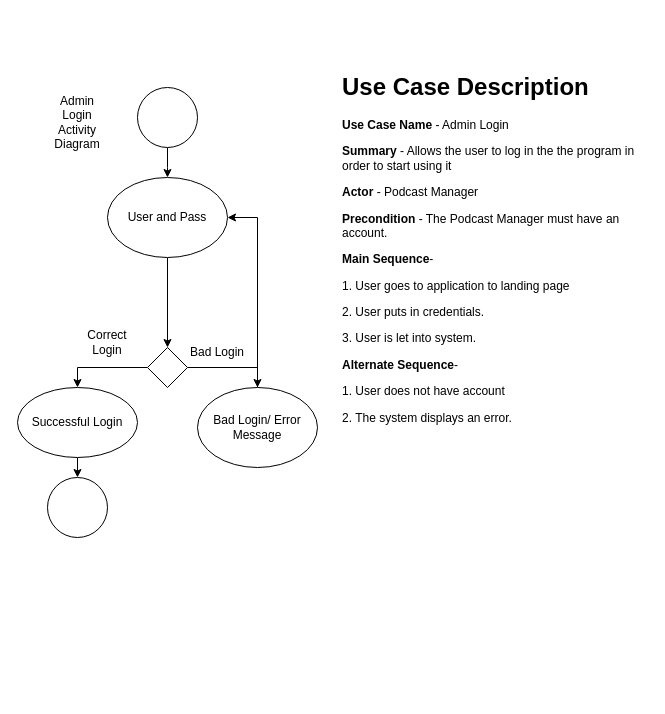
This is loginadmin_activity.drawio from Glizzus/COMP-3700, a draw.io file, before an edit. Source tidied: cells renumbered, new cells numbered last; positions are measured from the earlier drawing's top-left corner, leaving out a move shared by most shapes. Both pictures are drawn from the tidied source at 100%, with x=0, y=0 at pixel (17, 67).
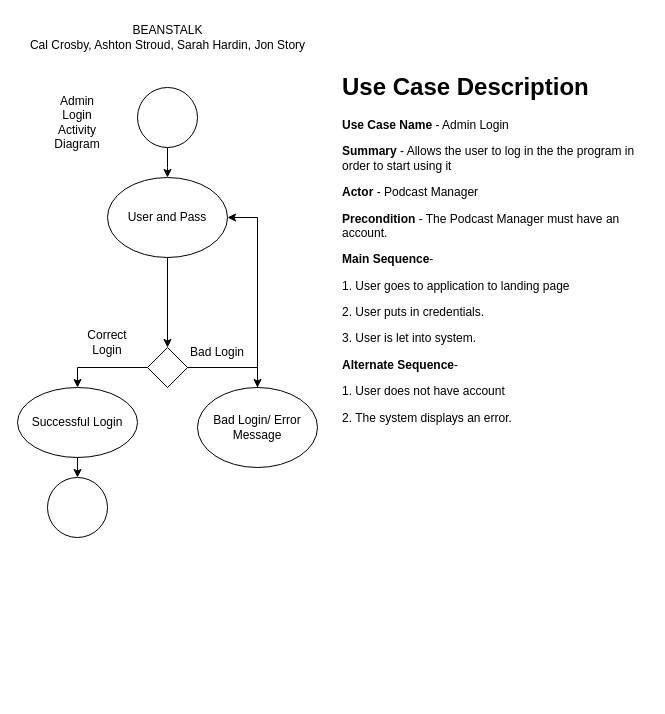
After the change.

Change to the diagram source:
```diff
@@
+    <mxCell id="18" value="BEANSTALK&lt;br&gt;Cal Crosby, Ashton Stroud, Sarah Hardin, Jon Story" style="text;html=1;align=center;verticalAlign=middle;strokeColor=none;fillColor=none;" parent="1" vertex="1">
+      <mxGeometry y="-50" width="300" height="40" as="geometry" />
+    </mxCell>
```
